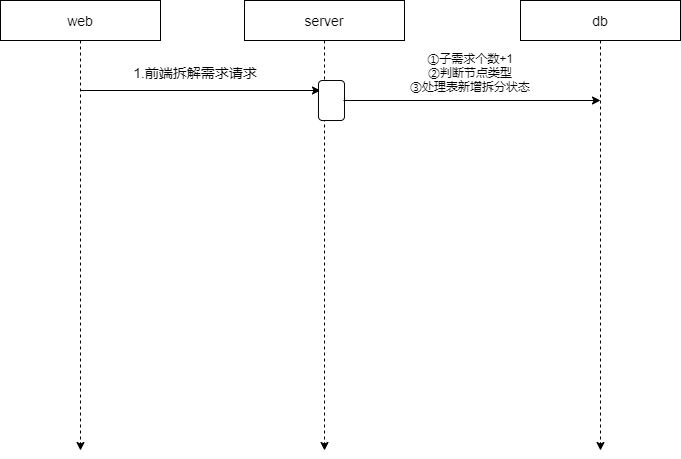
This is Company/requirement.png from LePeitiPrince/note-picture, a draw.io export, as it was before one commit. Source tidied: cells renumbered, new cells last; positions are measured from the earlier drawing's top-left corner, leaving out a move shared by most shapes.
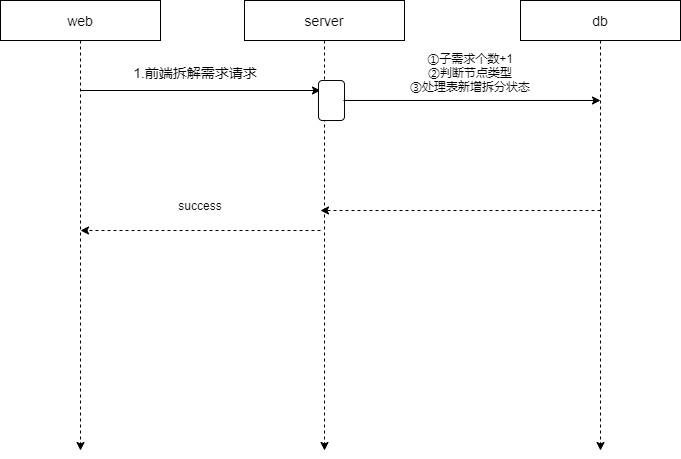
The same diagram one commit later.

Diff of the diagram source:
```diff
@@ -47,5 +47,20 @@
     <mxCell id="12" value="①子需求个数+1&lt;br&gt;②判断节点类型&lt;br&gt;③处理表新增拆分状态" style="text;html=1;strokeColor=none;fillColor=none;align=center;verticalAlign=middle;whiteSpace=wrap;rounded=0;fontSize=12;" parent="1" vertex="1">
       <mxGeometry x="360" y="57" width="220" height="30" as="geometry" />
     </mxCell>
+    <mxCell id="13" style="endArrow=classic;html=1;rounded=0;fontSize=12;dashed=1;" parent="1" edge="1">
+      <mxGeometry relative="1" as="geometry">
+        <mxPoint x="600" y="210" as="sourcePoint" />
+        <mxPoint x="320" y="210" as="targetPoint" />
+      </mxGeometry>
+    </mxCell>
+    <mxCell id="14" style="endArrow=classic;html=1;rounded=0;dashed=1;fontSize=12;" parent="1" edge="1">
+      <mxGeometry relative="1" as="geometry">
+        <mxPoint x="320" y="230" as="sourcePoint" />
+        <mxPoint x="80" y="230" as="targetPoint" />
+      </mxGeometry>
+    </mxCell>
+    <mxCell id="15" value="success" style="text;html=1;strokeColor=none;fillColor=none;align=center;verticalAlign=middle;whiteSpace=wrap;rounded=0;fontSize=12;" parent="1" vertex="1">
+      <mxGeometry x="170" y="190" width="60" height="30" as="geometry" />
+    </mxCell>
   </root>
 </mxGraphModel>
```
